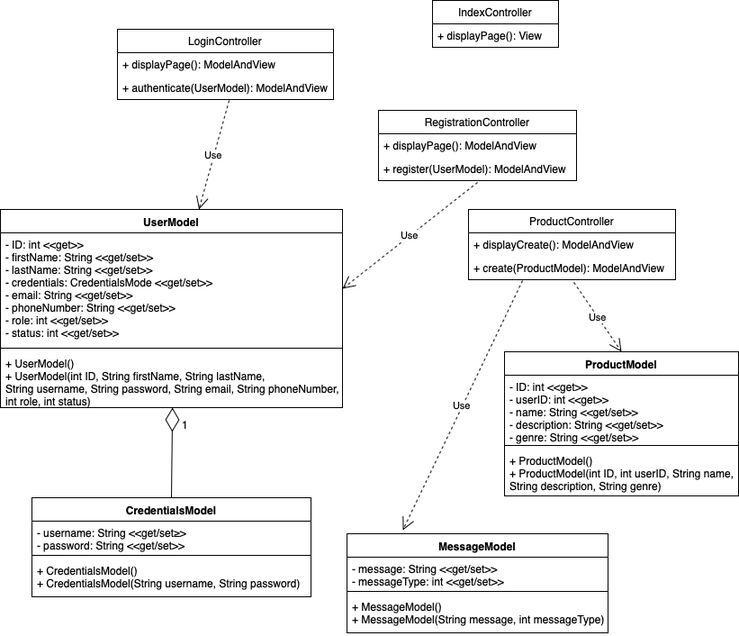
Before: Documentation/UMLs/uml.png, a diagram exported from draw.io (BradyBerner/SpringCLC). Source tidied: cells renumbered, new cells last; positions are measured from the earlier drawing's top-left corner, leaving out a move shared by most shapes.
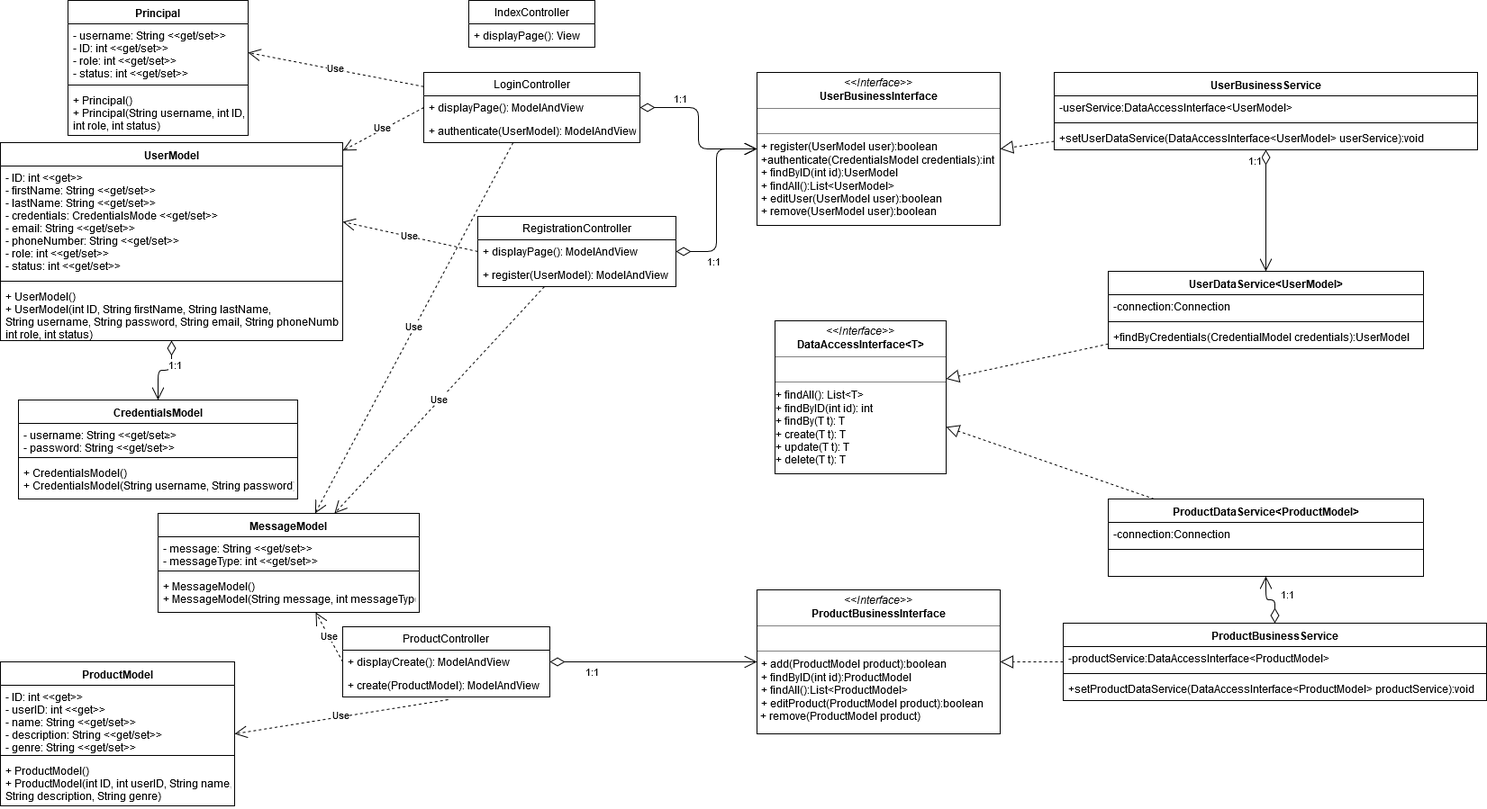
After the commit.

What changed in the source:
```diff
@@ -3,7 +3,7 @@
     <mxCell id="0" />
     <mxCell id="1" parent="0" />
     <mxCell id="2" value="UserModel" style="swimlane;fontStyle=1;align=center;verticalAlign=top;horizontal=1;startSize=26;" parent="1" vertex="1">
-      <mxGeometry y="232" width="380" height="220" as="geometry" />
+      <mxGeometry x="-30" y="20" width="380" height="220" as="geometry" />
     </mxCell>
     <mxCell id="3" value="- ID: int &lt;&lt;get&gt;&gt;&#10;- firstName: String &lt;&lt;get/set&gt;&gt;&#10;- lastName: String &lt;&lt;get/set&gt;&gt;&#10;- credentials: CredentialsMode &lt;&lt;get/set&gt;&gt;&#10;- email: String &lt;&lt;get/set&gt;&gt;&#10;- phoneNumber: String &lt;&lt;get/set&gt;&gt;&#10;- role: int &lt;&lt;get/set&gt;&gt;&#10;- status: int &lt;&lt;get/set&gt;&gt;&#10;" style="text;strokeColor=none;fillColor=none;align=left;verticalAlign=top;spacingLeft=4;spacingRight=4;overflow=hidden;points=[[0,0.5],[1,0.5]];portConstraint=eastwest;" parent="2" vertex="1">
       <mxGeometry y="26" width="380" height="124" as="geometry" />
@@ -15,7 +15,7 @@
       <mxGeometry y="158" width="380" height="62" as="geometry" />
     </mxCell>
     <mxCell id="6" value="LoginController" style="swimlane;fontStyle=0;horizontal=1;startSize=26;fillColor=none;" parent="1" vertex="1">
-      <mxGeometry x="130" y="32" width="240" height="78" as="geometry" />
+      <mxGeometry x="440" y="-58" width="240" height="78" as="geometry" />
     </mxCell>
     <mxCell id="7" value="+ displayPage(): ModelAndView" style="text;strokeColor=none;fillColor=none;align=left;verticalAlign=top;spacingLeft=4;spacingRight=4;overflow=hidden;points=[[0,0.5],[1,0.5]];portConstraint=eastwest;" parent="6" vertex="1">
       <mxGeometry y="26" width="240" height="26" as="geometry" />
@@ -24,7 +24,7 @@
       <mxGeometry y="52" width="240" height="26" as="geometry" />
     </mxCell>
     <mxCell id="9" value="RegistrationController" style="swimlane;fontStyle=0;horizontal=1;startSize=26;fillColor=none;" parent="1" vertex="1">
-      <mxGeometry x="420" y="122" width="220" height="78" as="geometry" />
+      <mxGeometry x="500" y="102" width="220" height="78" as="geometry" />
     </mxCell>
     <mxCell id="10" value="+ displayPage(): ModelAndView" style="text;strokeColor=none;fillColor=none;align=left;verticalAlign=top;spacingLeft=4;spacingRight=4;overflow=hidden;points=[[0,0.5],[1,0.5]];portConstraint=eastwest;" parent="9" vertex="1">
       <mxGeometry y="26" width="220" height="26" as="geometry" />
@@ -32,16 +32,14 @@
     <mxCell id="11" value="+ register(UserModel): ModelAndView" style="text;strokeColor=none;fillColor=none;align=left;verticalAlign=top;spacingLeft=4;spacingRight=4;overflow=hidden;" parent="9" vertex="1">
       <mxGeometry y="52" width="220" height="26" as="geometry" />
     </mxCell>
-    <mxCell id="12" value="Use" style="endArrow=open;endSize=12;dashed=1;html=1;entryX=1;entryY=0.5;entryDx=0;entryDy=0;" parent="1" edge="1" target="3">
-      <mxGeometry relative="1" as="geometry">
-        <mxPoint x="530" y="202" as="sourcePoint" />
-      </mxGeometry>
+    <mxCell id="12" value="Use" style="endArrow=open;endSize=12;dashed=1;html=1;entryX=1;entryY=0.5;entryDx=0;entryDy=0;exitX=0;exitY=0.5;exitDx=0;exitDy=0;" parent="1" edge="1" source="10" target="3">
+      <mxGeometry relative="1" as="geometry" />
     </mxCell>
-    <mxCell id="13" value="Use" style="endArrow=open;endSize=12;dashed=1;html=1;exitX=0.517;exitY=1.038;exitDx=0;exitDy=0;exitPerimeter=0;" parent="1" edge="1" source="8" target="2">
+    <mxCell id="13" value="Use" style="endArrow=open;endSize=12;dashed=1;html=1;exitX=0;exitY=0.5;exitDx=0;exitDy=0;" parent="1" edge="1" source="6" target="2">
       <mxGeometry relative="1" as="geometry" />
     </mxCell>
     <mxCell id="14" value="CredentialsModel" style="swimlane;fontStyle=1;align=center;verticalAlign=top;horizontal=1;startSize=26;" parent="1" vertex="1">
-      <mxGeometry x="35" y="552" width="310" height="110" as="geometry" />
+      <mxGeometry x="-10" y="306" width="310" height="110" as="geometry" />
     </mxCell>
     <mxCell id="15" value="- username: String &lt;&lt;get/set≥&gt;&#10;- password: String &lt;&lt;get/set&gt;&gt;" style="text;strokeColor=none;fillColor=none;align=left;verticalAlign=top;spacingLeft=4;spacingRight=4;overflow=hidden;" parent="14" vertex="1">
       <mxGeometry y="26" width="310" height="34" as="geometry" />
@@ -52,14 +50,8 @@
     <mxCell id="17" value="+ CredentialsModel()&#10;+ CredentialsModel(String username, String password)" style="text;strokeColor=none;fillColor=none;align=left;verticalAlign=top;spacingLeft=4;spacingRight=4;overflow=hidden;" parent="14" vertex="1">
       <mxGeometry y="68" width="310" height="42" as="geometry" />
     </mxCell>
-    <mxCell id="18" style="endArrow=diamondThin;endFill=0;endSize=24;html=1;exitX=0.5;exitY=0;exitDx=0;exitDy=0;entryX=0.503;entryY=1;entryDx=0;entryDy=0;entryPerimeter=0;" parent="1" edge="1" source="14" target="5">
-      <mxGeometry relative="1" as="geometry" />
-    </mxCell>
-    <mxCell id="19" value="1" style="text;html=1;align=left;verticalAlign=top;spacingTop=-4;" parent="1" vertex="1">
-      <mxGeometry x="200" y="462" width="20" height="20" as="geometry" />
-    </mxCell>
     <mxCell id="20" value="ProductModel" style="swimlane;fontStyle=1;align=center;verticalAlign=top;horizontal=1;startSize=26;" parent="1" vertex="1">
-      <mxGeometry x="560" y="390" width="260" height="160" as="geometry" />
+      <mxGeometry x="-30" y="597" width="260" height="160" as="geometry" />
     </mxCell>
     <mxCell id="21" value="- ID: int &lt;&lt;get&gt;&gt;&#10;- userID: int &lt;&lt;get&gt;&gt;&#10;- name: String &lt;&lt;get/set&gt;&gt;&#10;- description: String &lt;&lt;get/set&gt;&gt;&#10;- genre: String &lt;&lt;get/set&gt;&gt;" style="text;strokeColor=none;fillColor=none;align=left;verticalAlign=top;spacingLeft=4;spacingRight=4;overflow=hidden;" parent="20" vertex="1">
       <mxGeometry y="26" width="260" height="74" as="geometry" />
@@ -71,13 +63,13 @@
       <mxGeometry y="108" width="260" height="52" as="geometry" />
     </mxCell>
     <mxCell id="24" value="IndexController" style="swimlane;fontStyle=0;horizontal=1;startSize=26;fillColor=none;" parent="1" vertex="1">
-      <mxGeometry x="480" width="140" height="52" as="geometry" />
+      <mxGeometry x="490" y="-138" width="140" height="52" as="geometry" />
     </mxCell>
     <mxCell id="25" value="+ displayPage(): View" style="text;strokeColor=none;fillColor=none;align=left;verticalAlign=top;spacingLeft=4;spacingRight=4;overflow=hidden;" parent="24" vertex="1">
       <mxGeometry y="26" width="140" height="26" as="geometry" />
     </mxCell>
     <mxCell id="26" value="ProductController" style="swimlane;fontStyle=0;horizontal=1;startSize=26;fillColor=none;" parent="1" vertex="1">
-      <mxGeometry x="520" y="232" width="230" height="78" as="geometry" />
+      <mxGeometry x="350" y="558" width="230" height="78" as="geometry" />
     </mxCell>
     <mxCell id="27" value="+ displayCreate(): ModelAndView" style="text;strokeColor=none;fillColor=none;align=left;verticalAlign=top;spacingLeft=4;spacingRight=4;overflow=hidden;points=[[0,0.5],[1,0.5]];portConstraint=eastwest;" parent="26" vertex="1">
       <mxGeometry y="26" width="230" height="26" as="geometry" />
@@ -85,11 +77,11 @@
     <mxCell id="28" value="+ create(ProductModel): ModelAndView" style="text;strokeColor=none;fillColor=none;align=left;verticalAlign=top;spacingLeft=4;spacingRight=4;overflow=hidden;points=[[0,0.5],[1,0.5]];portConstraint=eastwest;" parent="26" vertex="1">
       <mxGeometry y="52" width="230" height="26" as="geometry" />
     </mxCell>
-    <mxCell id="29" value="Use" style="endArrow=open;endSize=12;dashed=1;html=1;exitX=0.509;exitY=1.115;exitDx=0;exitDy=0;exitPerimeter=0;entryX=0.5;entryY=0;entryDx=0;entryDy=0;" parent="1" edge="1" source="28" target="20">
+    <mxCell id="29" value="Use" style="endArrow=open;endSize=12;dashed=1;html=1;exitX=0.509;exitY=1.115;exitDx=0;exitDy=0;exitPerimeter=0;entryX=1;entryY=0.5;entryDx=0;entryDy=0;" parent="1" edge="1" source="28" target="20">
       <mxGeometry relative="1" as="geometry" />
     </mxCell>
     <mxCell id="30" value="MessageModel" style="swimlane;fontStyle=1;align=center;verticalAlign=top;horizontal=1;startSize=26;" parent="1" vertex="1">
-      <mxGeometry x="385" y="592" width="290" height="110" as="geometry" />
+      <mxGeometry x="145" y="432" width="290" height="110" as="geometry" />
     </mxCell>
     <mxCell id="31" value="- message: String &lt;&lt;get/set&gt;&gt;&#10;- messageType: int &lt;&lt;get/set&gt;&gt;" style="text;strokeColor=none;fillColor=none;align=left;verticalAlign=top;spacingLeft=4;spacingRight=4;overflow=hidden;" parent="30" vertex="1">
       <mxGeometry y="26" width="290" height="34" as="geometry" />
@@ -100,8 +92,116 @@
     <mxCell id="33" value="+ MessageModel()&#10;+ MessageModel(String message, int messageType)" style="text;strokeColor=none;fillColor=none;align=left;verticalAlign=top;spacingLeft=4;spacingRight=4;overflow=hidden;" parent="30" vertex="1">
       <mxGeometry y="68" width="290" height="42" as="geometry" />
     </mxCell>
-    <mxCell id="34" value="Use" style="endArrow=open;endSize=12;dashed=1;html=1;exitX=0.261;exitY=1.038;exitDx=0;exitDy=0;exitPerimeter=0;entryX=0.214;entryY=-0.036;entryDx=0;entryDy=0;entryPerimeter=0;" parent="1" edge="1" source="28" target="30">
+    <mxCell id="34" value="Use" style="endArrow=open;endSize=12;dashed=1;html=1;exitX=0;exitY=0.5;exitDx=0;exitDy=0;" parent="1" edge="1" source="27" target="30">
       <mxGeometry relative="1" as="geometry" />
     </mxCell>
+    <mxCell id="35" value="&lt;p style=&quot;margin: 0px ; margin-top: 4px ; text-align: center&quot;&gt;&lt;i&gt;&amp;lt;&amp;lt;Interface&amp;gt;&amp;gt;&lt;/i&gt;&lt;br&gt;&lt;b&gt;ProductBusinessInterface&lt;/b&gt;&lt;/p&gt;&lt;hr size=&quot;1&quot;&gt;&lt;br&gt;&lt;hr size=&quot;1&quot;&gt;&lt;p style=&quot;margin: 0px ; margin-left: 4px&quot;&gt;+ add(ProductModel product):boolean&lt;/p&gt;&lt;p style=&quot;margin: 0px ; margin-left: 4px&quot;&gt;+ findByID(int id):ProductModel&lt;/p&gt;&lt;p style=&quot;margin: 0px ; margin-left: 4px&quot;&gt;+ findAll():List&amp;lt;ProductModel&amp;gt;&lt;/p&gt;&lt;p style=&quot;margin: 0px ; margin-left: 4px&quot;&gt;+ editProduct(ProductModel product):boolean&lt;/p&gt;&amp;nbsp;+ remove(ProductModel product)" style="verticalAlign=top;align=left;overflow=fill;fontSize=12;fontFamily=Helvetica;html=1;" parent="1" vertex="1">
+      <mxGeometry x="810" y="517" width="270" height="160" as="geometry" />
+    </mxCell>
+    <mxCell id="36" value="&lt;p style=&quot;margin: 0px ; margin-top: 4px ; text-align: center&quot;&gt;&lt;i&gt;&amp;lt;&amp;lt;Interface&amp;gt;&amp;gt;&lt;/i&gt;&lt;br&gt;&lt;b&gt;DataAccessInterface&amp;lt;T&amp;gt;&lt;/b&gt;&lt;/p&gt;&lt;hr size=&quot;1&quot;&gt;&lt;p style=&quot;margin: 0px ; margin-left: 4px&quot;&gt;&lt;br&gt;&lt;/p&gt;&lt;hr size=&quot;1&quot;&gt;+ findAll(): List&amp;lt;T&amp;gt;&lt;br&gt;+ findByID(int id): int&lt;br&gt;+ findBy(T t): T&lt;br&gt;+ create(T t): T&lt;br&gt;+ update(T t): T&lt;br&gt;+ delete(T t): T" style="verticalAlign=top;align=left;overflow=fill;fontSize=12;fontFamily=Helvetica;html=1;" parent="1" vertex="1">
+      <mxGeometry x="830" y="218" width="190" height="170" as="geometry" />
+    </mxCell>
+    <mxCell id="37" value="&lt;p style=&quot;margin: 0px ; margin-top: 4px ; text-align: center&quot;&gt;&lt;i&gt;&amp;lt;&amp;lt;Interface&amp;gt;&amp;gt;&lt;/i&gt;&lt;br&gt;&lt;b&gt;UserBusinessInterface&lt;/b&gt;&lt;/p&gt;&lt;hr size=&quot;1&quot;&gt;&lt;br&gt;&lt;hr size=&quot;1&quot;&gt;&lt;p style=&quot;margin: 0px ; margin-left: 4px&quot;&gt;+ register(UserModel user):boolean&lt;/p&gt;&lt;p style=&quot;margin: 0px ; margin-left: 4px&quot;&gt;+authenticate(CredentialsModel credentials):int&lt;/p&gt;&lt;p style=&quot;margin: 0px ; margin-left: 4px&quot;&gt;+ findByID(int id):UserModel&lt;/p&gt;&lt;p style=&quot;margin: 0px ; margin-left: 4px&quot;&gt;+ findAll():List&amp;lt;UserModel&amp;gt;&lt;/p&gt;&lt;p style=&quot;margin: 0px ; margin-left: 4px&quot;&gt;+ editUser(UserModel user):boolean&lt;/p&gt;&lt;p style=&quot;margin: 0px ; margin-left: 4px&quot;&gt;+ remove(UserModel user):boolean&lt;br&gt;&lt;/p&gt;" style="verticalAlign=top;align=left;overflow=fill;fontSize=12;fontFamily=Helvetica;html=1;" parent="1" vertex="1">
+      <mxGeometry x="810" y="-58" width="270" height="170" as="geometry" />
+    </mxCell>
+    <mxCell id="38" value="ProductBusinessService" style="swimlane;fontStyle=1;align=center;verticalAlign=top;horizontal=1;startSize=26;" parent="1" vertex="1">
+      <mxGeometry x="1150" y="554" width="470" height="86" as="geometry" />
+    </mxCell>
+    <mxCell id="39" value="-productService:DataAccessInterface&lt;ProductModel&gt; " style="text;strokeColor=none;fillColor=none;align=left;verticalAlign=top;spacingLeft=4;spacingRight=4;overflow=hidden;" parent="38" vertex="1">
+      <mxGeometry y="26" width="470" height="26" as="geometry" />
+    </mxCell>
+    <mxCell id="40" style="line;strokeWidth=1;fillColor=none;align=left;verticalAlign=middle;spacingTop=-1;spacingLeft=3;spacingRight=3;labelPosition=right;" parent="38" vertex="1">
+      <mxGeometry y="52" width="470" height="8" as="geometry" />
+    </mxCell>
+    <mxCell id="41" value="+setProductDataService(DataAccessInterface&lt;ProductModel&gt; productService):void" style="text;strokeColor=none;fillColor=none;align=left;verticalAlign=top;spacingLeft=4;spacingRight=4;overflow=hidden;" parent="38" vertex="1">
+      <mxGeometry y="60" width="470" height="26" as="geometry" />
+    </mxCell>
+    <mxCell id="42" value="UserBusinessService" style="swimlane;fontStyle=1;align=center;verticalAlign=top;horizontal=1;startSize=26;" parent="1" vertex="1">
+      <mxGeometry x="1140" y="-58" width="470" height="86" as="geometry" />
+    </mxCell>
+    <mxCell id="43" value="-userService:DataAccessInterface&lt;UserModel&gt; " style="text;strokeColor=none;fillColor=none;align=left;verticalAlign=top;spacingLeft=4;spacingRight=4;overflow=hidden;" parent="42" vertex="1">
+      <mxGeometry y="26" width="470" height="26" as="geometry" />
+    </mxCell>
+    <mxCell id="44" style="line;strokeWidth=1;fillColor=none;align=left;verticalAlign=middle;spacingTop=-1;spacingLeft=3;spacingRight=3;labelPosition=right;" parent="42" vertex="1">
+      <mxGeometry y="52" width="470" height="8" as="geometry" />
+    </mxCell>
+    <mxCell id="45" value="+setUserDataService(DataAccessInterface&lt;UserModel&gt; userService):void" style="text;strokeColor=none;fillColor=none;align=left;verticalAlign=top;spacingLeft=4;spacingRight=4;overflow=hidden;" parent="42" vertex="1">
+      <mxGeometry y="60" width="470" height="26" as="geometry" />
+    </mxCell>
+    <mxCell id="46" style="endArrow=block;dashed=1;endFill=0;endSize=12;html=1;" parent="1" edge="1" source="38" target="35">
+      <mxGeometry relative="1" as="geometry" />
+    </mxCell>
+    <mxCell id="47" value="UserDataService&lt;UserModel&gt;" style="swimlane;fontStyle=1;align=center;verticalAlign=top;horizontal=1;startSize=26;" parent="1" vertex="1">
+      <mxGeometry x="1200" y="163" width="350" height="86" as="geometry" />
+    </mxCell>
+    <mxCell id="48" value="-connection:Connection" style="text;strokeColor=none;fillColor=none;align=left;verticalAlign=top;spacingLeft=4;spacingRight=4;overflow=hidden;" parent="47" vertex="1">
+      <mxGeometry y="26" width="350" height="26" as="geometry" />
+    </mxCell>
+    <mxCell id="49" style="line;strokeWidth=1;fillColor=none;align=left;verticalAlign=middle;spacingTop=-1;spacingLeft=3;spacingRight=3;labelPosition=right;" parent="47" vertex="1">
+      <mxGeometry y="52" width="350" height="8" as="geometry" />
+    </mxCell>
+    <mxCell id="50" value="+findByCredentials(CredentialModel credentials):UserModel" style="text;strokeColor=none;fillColor=none;align=left;verticalAlign=top;spacingLeft=4;spacingRight=4;overflow=hidden;" parent="47" vertex="1">
+      <mxGeometry y="60" width="350" height="26" as="geometry" />
+    </mxCell>
+    <mxCell id="51" value="ProductDataService&lt;ProductModel&gt;" style="swimlane;fontStyle=1;align=center;verticalAlign=top;horizontal=1;startSize=26;" parent="1" vertex="1">
+      <mxGeometry x="1200" y="416" width="350" height="86" as="geometry" />
+    </mxCell>
+    <mxCell id="52" value="-connection:Connection" style="text;strokeColor=none;fillColor=none;align=left;verticalAlign=top;spacingLeft=4;spacingRight=4;overflow=hidden;" parent="51" vertex="1">
+      <mxGeometry y="26" width="350" height="26" as="geometry" />
+    </mxCell>
+    <mxCell id="53" style="line;strokeWidth=1;fillColor=none;align=left;verticalAlign=middle;spacingTop=-1;spacingLeft=3;spacingRight=3;labelPosition=right;" parent="51" vertex="1">
+      <mxGeometry y="52" width="350" height="8" as="geometry" />
+    </mxCell>
+    <mxCell id="54" value=" " style="text;strokeColor=none;fillColor=none;align=left;verticalAlign=top;spacingLeft=4;spacingRight=4;overflow=hidden;" parent="51" vertex="1">
+      <mxGeometry y="60" width="350" height="26" as="geometry" />
+    </mxCell>
+    <mxCell id="55" style="endArrow=block;dashed=1;endFill=0;endSize=12;html=1;" parent="1" edge="1" source="47" target="36">
+      <mxGeometry relative="1" as="geometry" />
+    </mxCell>
+    <mxCell id="56" style="endArrow=block;dashed=1;endFill=0;endSize=12;html=1;" parent="1" edge="1" source="51" target="36">
+      <mxGeometry relative="1" as="geometry" />
+    </mxCell>
+    <mxCell id="57" value="Principal" style="swimlane;fontStyle=1;align=center;verticalAlign=top;horizontal=1;startSize=26;" parent="1" vertex="1">
+      <mxGeometry x="45" y="-138" width="200" height="150" as="geometry" />
+    </mxCell>
+    <mxCell id="58" value="- username: String &lt;&lt;get/set&gt;&gt;&#10;- ID: int &lt;&lt;get/set&gt;&gt;&#10;- role: int &lt;&lt;get/set&gt;&gt;&#10;- status: int &lt;&lt;get/set&gt;&gt;&#10;" style="text;strokeColor=none;fillColor=none;align=left;verticalAlign=top;spacingLeft=4;spacingRight=4;overflow=hidden;points=[[0,0.5],[1,0.5]];portConstraint=eastwest;" parent="57" vertex="1">
+      <mxGeometry y="26" width="200" height="64" as="geometry" />
+    </mxCell>
+    <mxCell id="59" style="line;strokeWidth=1;fillColor=none;align=left;verticalAlign=middle;spacingTop=-1;spacingLeft=3;spacingRight=3;labelPosition=right;" parent="57" vertex="1">
+      <mxGeometry y="90" width="200" height="8" as="geometry" />
+    </mxCell>
+    <mxCell id="60" value="+ Principal()&#10;+ Principal(String username, int ID,&#10;int role, int status)" style="text;strokeColor=none;fillColor=none;align=left;verticalAlign=top;spacingLeft=4;spacingRight=4;overflow=hidden;" parent="57" vertex="1">
+      <mxGeometry y="98" width="200" height="52" as="geometry" />
+    </mxCell>
+    <mxCell id="61" value="Use" style="endArrow=open;endSize=12;dashed=1;html=1;entryX=1;entryY=0.5;entryDx=0;entryDy=0;" parent="1" edge="1" source="6" target="58">
+      <mxGeometry relative="1" as="geometry" />
+    </mxCell>
+    <mxCell id="62" value="1:1" style="endArrow=open;html=1;endSize=12;startArrow=diamondThin;startSize=14;startFill=0;edgeStyle=orthogonalEdgeStyle;align=left;verticalAlign=bottom;" parent="1" edge="1" source="9" target="37">
+      <mxGeometry x="-0.67" y="-21" relative="1" as="geometry" />
+    </mxCell>
+    <mxCell id="63" value="1:1" style="endArrow=open;html=1;endSize=12;startArrow=diamondThin;startSize=14;startFill=0;edgeStyle=orthogonalEdgeStyle;align=left;verticalAlign=bottom;" parent="1" edge="1" source="2" target="14">
+      <mxGeometry x="0.29" y="10" relative="1" as="geometry" />
+    </mxCell>
+    <mxCell id="64" value="1:1" style="endArrow=open;html=1;endSize=12;startArrow=diamondThin;startSize=14;startFill=0;edgeStyle=orthogonalEdgeStyle;align=left;verticalAlign=bottom;exitX=1;exitY=0.5;exitDx=0;exitDy=0;" parent="1" edge="1" source="7" target="37">
+      <mxGeometry x="-0.59" relative="1" as="geometry" />
+    </mxCell>
+    <mxCell id="65" style="endArrow=block;dashed=1;endFill=0;endSize=12;html=1;entryX=1;entryY=0.5;entryDx=0;entryDy=0;" parent="1" edge="1" source="42" target="37">
+      <mxGeometry relative="1" as="geometry" />
+    </mxCell>
+    <mxCell id="66" value="1:1" style="endArrow=open;html=1;endSize=12;startArrow=diamondThin;startSize=14;startFill=0;edgeStyle=orthogonalEdgeStyle;align=left;verticalAlign=bottom;exitX=1;exitY=0.5;exitDx=0;exitDy=0;" parent="1" edge="1" source="27" target="35">
+      <mxGeometry x="-0.67" y="-21" relative="1" as="geometry" />
+    </mxCell>
+    <mxCell id="67" value="Use" style="endArrow=open;endSize=12;dashed=1;html=1;" parent="1" edge="1" source="9" target="30">
+      <mxGeometry relative="1" as="geometry" />
+    </mxCell>
+    <mxCell id="68" value="Use" style="endArrow=open;endSize=12;dashed=1;html=1;" parent="1" edge="1" source="6" target="30">
+      <mxGeometry relative="1" as="geometry" />
+    </mxCell>
+    <mxCell id="69" value="1:1" style="endArrow=open;html=1;endSize=12;startArrow=diamondThin;startSize=14;startFill=0;edgeStyle=orthogonalEdgeStyle;align=left;verticalAlign=bottom;" parent="1" edge="1" source="42" target="47">
+      <mxGeometry x="-0.67" y="-21" relative="1" as="geometry" />
+    </mxCell>
+    <mxCell id="70" value="1:1" style="endArrow=open;html=1;endSize=12;startArrow=diamondThin;startSize=14;startFill=0;edgeStyle=orthogonalEdgeStyle;align=left;verticalAlign=bottom;" parent="1" edge="1" source="38" target="51">
+      <mxGeometry x="-0.29" y="-5" relative="1" as="geometry" />
+    </mxCell>
   </root>
 </mxGraphModel>
```
